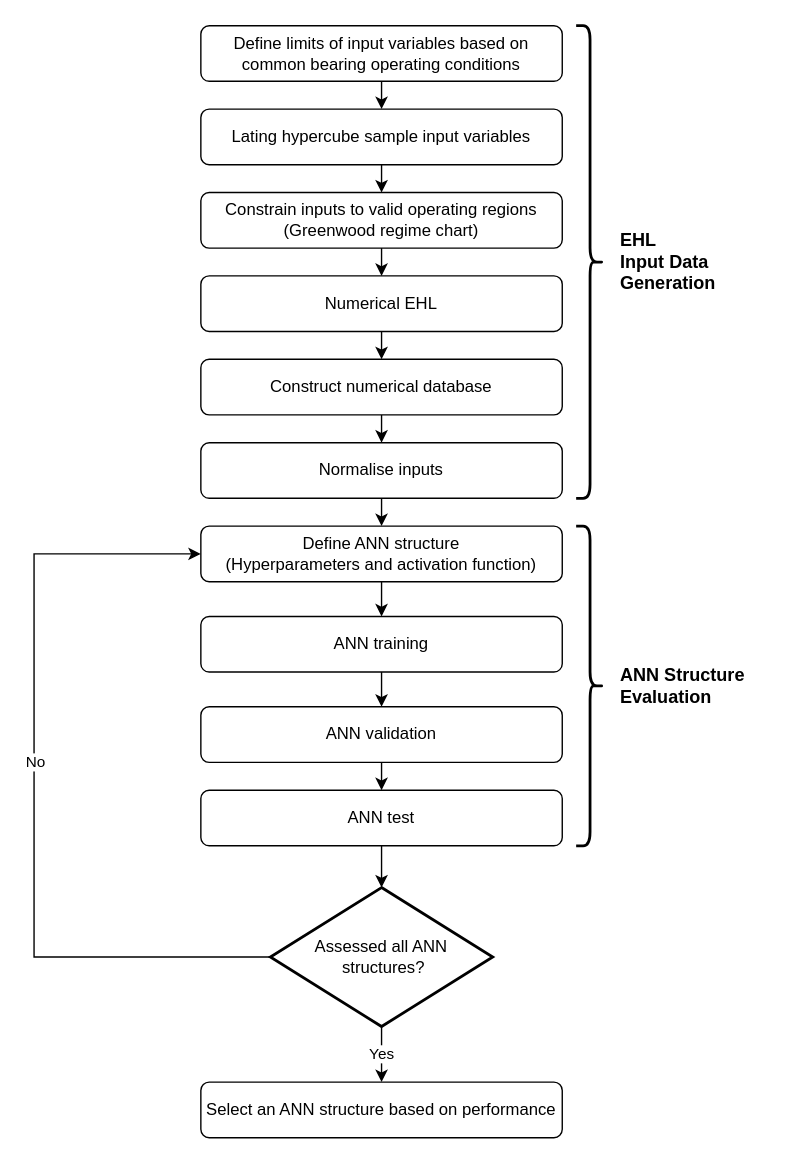
QuestH/PhDThesis keeps this draw.io diagram as Chapters/05_Artificial_Neural_Networks_for_EHL_Film_Thickness_Predictions/EHL ANN Flowhart v2.drawio. Above is the earlier version. Source tidied: cells renumbered, new cells numbered last; positions are measured from the earlier drawing's top-left corner, leaving out a move shared by most shapes. Both pictures are drawn from the tidied source at 139%, with x=0, y=0 at pixel (33, 25).
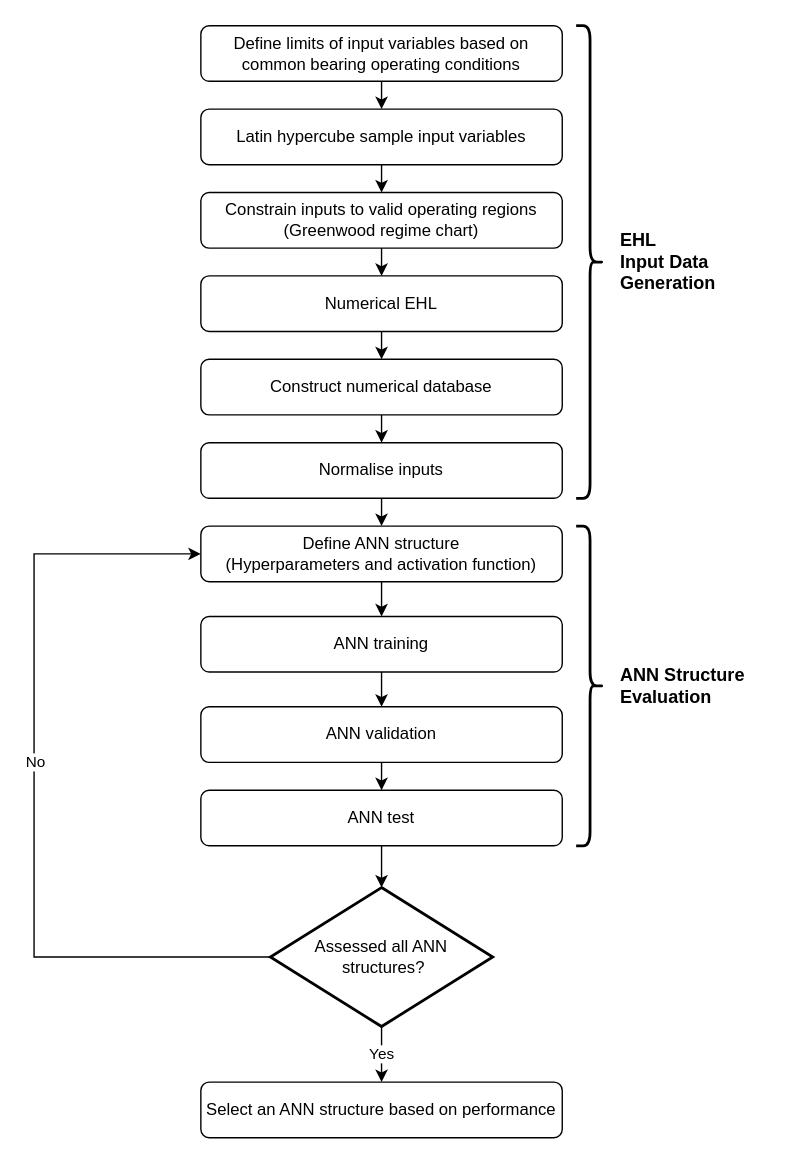
The same page after the edit.

What changed in the source:
```diff
@@
-    <mxCell id="3" value="Lating hypercube sample input variables" style="rounded=1;whiteSpace=wrap;html=1;fontSize=12;glass=0;strokeWidth=1;shadow=0;" parent="1" vertex="1">
+    <mxCell id="3" value="Latin hypercube sample input variables" style="rounded=1;whiteSpace=wrap;html=1;fontSize=12;glass=0;strokeWidth=1;shadow=0;" parent="1" vertex="1">
       <mxGeometry x="120" y="60" width="260" height="40" as="geometry" />
     </mxCell>
```
